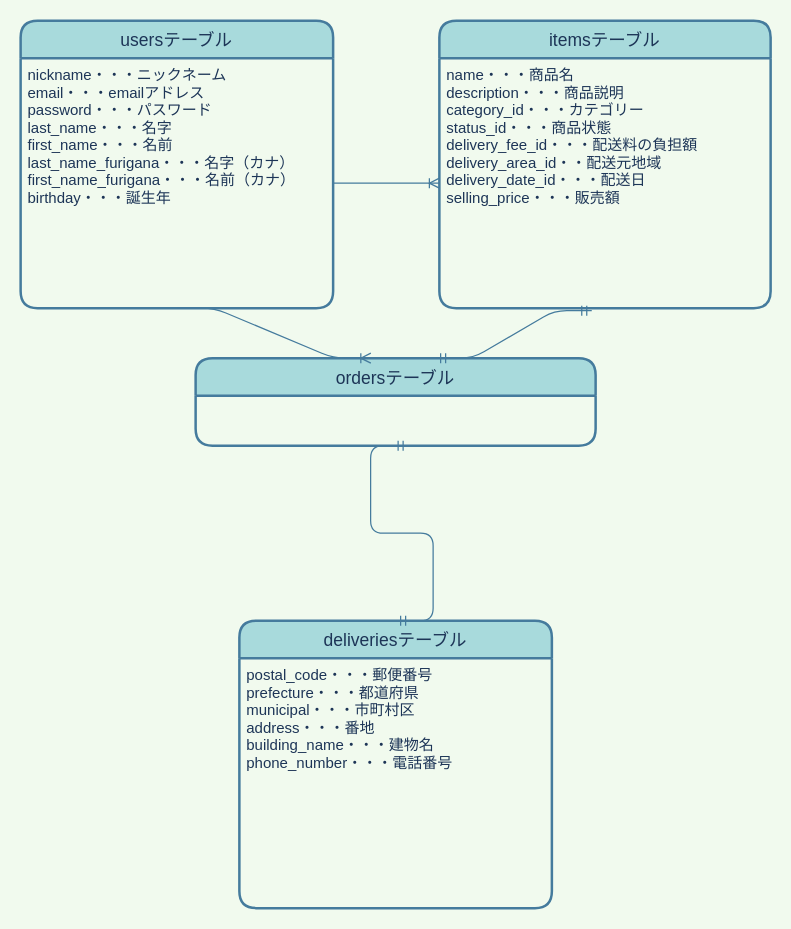
fumitofujiwara/furima-32908 keeps this draw.io diagram as furima.dio. Above is the earlier version. Source tidied: cells renumbered, new cells numbered last; positions are measured from the earlier drawing's top-left corner, leaving out a move shared by most shapes. Both pictures are drawn from the tidied source at 125%, with x=0, y=0 at pixel (20, 20).
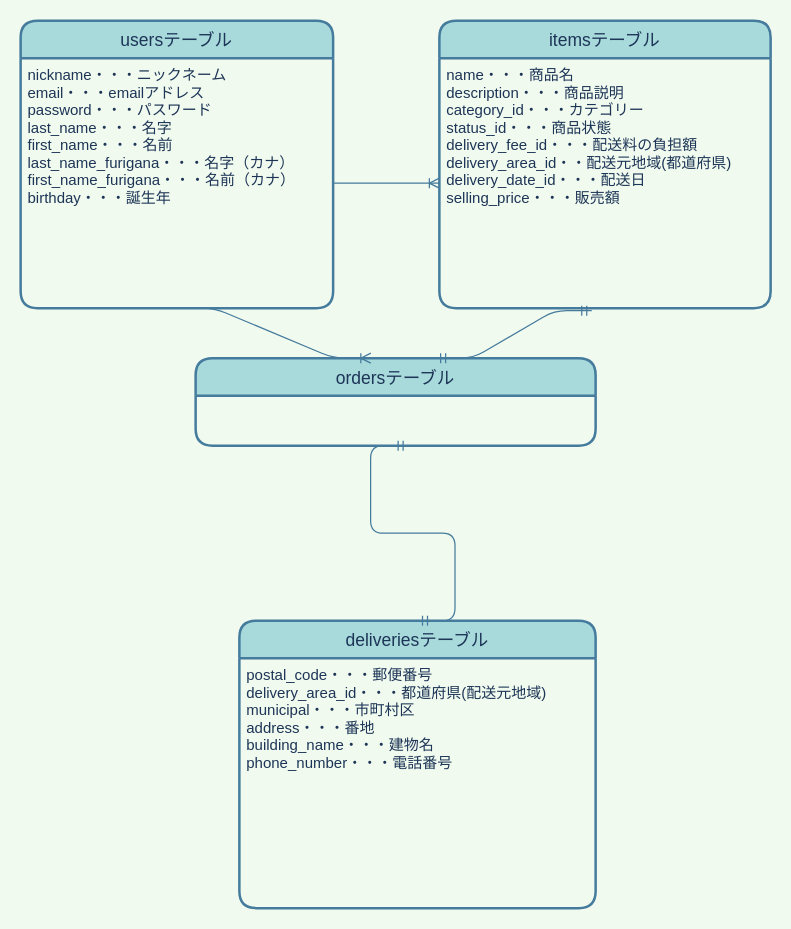
The same diagram, later.

Change to the diagram source:
```diff
@@
 <mxGraphModel background="#F1FAEE">
   <root>
     <mxCell id="0" />
     <mxCell id="1" parent="0" />
     <mxCell id="2" value="usersテーブル" style="swimlane;horizontal=1;startSize=30;rounded=1;fontSize=14;fontStyle=0;strokeWidth=2;shadow=0;dashed=0;align=center;fillColor=#A8DADC;strokeColor=#457B9D;fontColor=#1D3557;" parent="1" vertex="1">
       <mxGeometry width="250" height="230" as="geometry" />
     </mxCell>
-    <mxCell id="3" value="nickname・・・ニックネーム&#10;email・・・emailアドレス&#10;password・・・パスワード&#10;last_name・・・名字&#10;first_name・・・名前&#10;last_name_furigana・・・名字（カナ）&#10;first_name_furigana・・・名前（カナ）&#10;birthday・・・誕生年" style="align=left;strokeColor=none;fillColor=none;spacingLeft=4;fontSize=12;verticalAlign=top;fontColor=#1D3557;" parent="2" vertex="1">
+    <mxCell id="3" value="nickname・・・ニックネーム&#10;email・・・emailアドレス&#10;password・・・パスワード&#10;last_name・・・名字&#10;first_name・・・名前&#10;last_name_furigana・・・名字（カナ）&#10;first_name_furigana・・・名前（カナ）&#10;birthday・・・誕生年" style="align=left;strokeColor=none;fillColor=none;spacingLeft=4;fontSize=12;verticalAlign=top;fontColor=#1D3557;shadow=1;" parent="2" vertex="1">
       <mxGeometry y="30" width="250" height="200" as="geometry" />
     </mxCell>
     <mxCell id="4" value="itemsテーブル" style="swimlane;horizontal=1;startSize=30;rounded=1;fontSize=14;fontStyle=0;strokeWidth=2;shadow=0;dashed=0;align=center;fillColor=#A8DADC;strokeColor=#457B9D;fontColor=#1D3557;" parent="1" vertex="1">
       <mxGeometry x="335" width="265" height="230" as="geometry" />
     </mxCell>
-    <mxCell id="5" value="name・・・商品名&#10;description・・・商品説明&#10;category_id・・・カテゴリー&#10;status_id・・・商品状態&#10;delivery_fee_id・・・配送料の負担額&#10;delivery_area_id・・配送元地域&#10;delivery_date_id・・・配送日&#10;selling_price・・・販売額" style="align=left;strokeColor=none;fillColor=none;spacingLeft=4;fontSize=12;verticalAlign=top;fontColor=#1D3557;" parent="4" vertex="1">
+    <mxCell id="5" value="name・・・商品名&#10;description・・・商品説明&#10;category_id・・・カテゴリー&#10;status_id・・・商品状態&#10;delivery_fee_id・・・配送料の負担額&#10;delivery_area_id・・配送元地域(都道府県)&#10;delivery_date_id・・・配送日&#10;selling_price・・・販売額" style="align=left;strokeColor=none;fillColor=none;spacingLeft=4;fontSize=12;verticalAlign=top;fontColor=#1D3557;" parent="4" vertex="1">
       <mxGeometry y="30" width="265" height="200" as="geometry" />
     </mxCell>
     <mxCell id="6" value="ordersテーブル" style="swimlane;horizontal=1;startSize=30;rounded=1;fontSize=14;fontStyle=0;strokeWidth=2;shadow=0;dashed=0;align=center;fillColor=#A8DADC;strokeColor=#457B9D;fontColor=#1D3557;" parent="1" vertex="1">
       <mxGeometry x="140" y="270" width="320" height="70" as="geometry" />
     </mxCell>
     <mxCell id="7" style="edgeStyle=entityRelationEdgeStyle;fontSize=12;html=1;endArrow=ERoneToMany;exitX=1;exitY=0.5;exitDx=0;exitDy=0;entryX=0;entryY=0.5;entryDx=0;entryDy=0;labelBackgroundColor=#F1FAEE;strokeColor=#457B9D;fontColor=#1D3557;" parent="1" edge="1" source="3" target="5">
       <mxGeometry relative="1" as="geometry" />
     </mxCell>
     <mxCell id="8" style="edgeStyle=entityRelationEdgeStyle;fontSize=12;html=1;endArrow=ERoneToMany;exitX=0.5;exitY=1;exitDx=0;exitDy=0;entryX=0.438;entryY=0;entryDx=0;entryDy=0;entryPerimeter=0;labelBackgroundColor=#F1FAEE;strokeColor=#457B9D;fontColor=#1D3557;" parent="1" edge="1" source="3" target="6">
       <mxGeometry relative="1" as="geometry" />
     </mxCell>
     <mxCell id="9" style="edgeStyle=entityRelationEdgeStyle;fontSize=12;html=1;endArrow=ERmandOne;startArrow=ERmandOne;entryX=0.46;entryY=1.01;entryDx=0;entryDy=0;entryPerimeter=0;exitX=0.6;exitY=0;exitDx=0;exitDy=0;exitPerimeter=0;labelBackgroundColor=#F1FAEE;strokeColor=#457B9D;fontColor=#1D3557;" parent="1" edge="1" source="6" target="5">
       <mxGeometry relative="1" as="geometry" />
     </mxCell>
     <mxCell id="10" value="deliveriesテーブル" style="swimlane;horizontal=1;startSize=30;rounded=1;fontSize=14;fontStyle=0;strokeWidth=2;shadow=0;dashed=0;align=center;fillColor=#A8DADC;strokeColor=#457B9D;fontColor=#1D3557;" parent="1" vertex="1">
-      <mxGeometry x="175" y="480" width="250" height="230" as="geometry" />
+      <mxGeometry x="175" y="480" width="285" height="230" as="geometry" />
     </mxCell>
-    <mxCell id="11" value="postal_code・・・郵便番号&#10;prefecture・・・都道府県&#10;municipal・・・市町村区&#10;address・・・番地&#10;building_name・・・建物名&#10;phone_number・・・電話番号" style="align=left;strokeColor=none;fillColor=none;spacingLeft=4;fontSize=12;verticalAlign=top;fontColor=#1D3557;" parent="10" vertex="1">
-      <mxGeometry y="30" width="250" height="200" as="geometry" />
+    <mxCell id="11" value="postal_code・・・郵便番号&#10;delivery_area_id・・・都道府県(配送元地域)&#10;municipal・・・市町村区&#10;address・・・番地&#10;building_name・・・建物名&#10;phone_number・・・電話番号" style="align=left;strokeColor=none;fillColor=none;spacingLeft=4;fontSize=12;verticalAlign=top;fontColor=#1D3557;" parent="10" vertex="1">
+      <mxGeometry y="30" width="285" height="200" as="geometry" />
     </mxCell>
     <mxCell id="12" style="edgeStyle=entityRelationEdgeStyle;fontSize=12;html=1;endArrow=ERmandOne;startArrow=ERmandOne;exitX=0.5;exitY=0;exitDx=0;exitDy=0;strokeColor=#457B9D;" parent="1" edge="1" source="10">
       <mxGeometry relative="1" as="geometry">
         <mxPoint x="310" y="340" as="targetPoint" />
       </mxGeometry>
     </mxCell>
   </root>
 </mxGraphModel>
```
